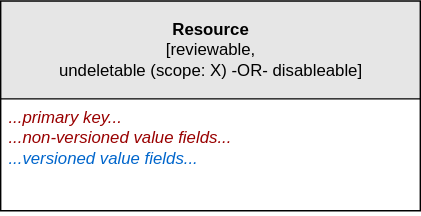
This is devdocs/reviewable-simple-notation-undeletable-or-disableable.drawio.svg from fullstaq-labs/sqedule, a draw.io export, as it was before one commit. Source tidied: cells renumbered, new cells last; positions are measured from the earlier drawing's top-left corner, leaving out a move shared by most shapes.
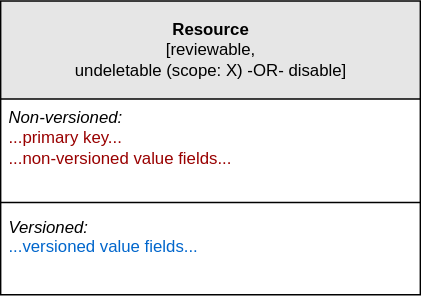
After the commit.

Commit message:
Clearly separate versioned and non-versioned fields in Reviewable's simple notation

What changed in the source:
```diff
@@ -2,11 +2,17 @@
   <root>
     <mxCell id="0" />
     <mxCell id="1" parent="0" />
-    <mxCell id="2" value="Resource&lt;br&gt;&lt;span style=&quot;font-weight: normal&quot;&gt;[reviewable,&lt;br&gt;undeletable (scope: X) -OR- disableable]&lt;/span&gt;" style="swimlane;fontStyle=1;horizontal=1;startSize=70;swimlaneFillColor=#ffffff;html=1;fillColor=#E6E6E6;" parent="1" vertex="1">
-      <mxGeometry width="300" height="150" as="geometry" />
+    <mxCell id="2" value="Resource&lt;br&gt;&lt;span style=&quot;font-weight: normal&quot;&gt;[reviewable,&lt;br&gt;undeletable (scope: X) -OR- disable]&lt;/span&gt;" style="swimlane;fontStyle=1;horizontal=1;startSize=70;swimlaneFillColor=#ffffff;html=1;fillColor=#E6E6E6;" parent="1" vertex="1">
+      <mxGeometry width="300" height="210" as="geometry" />
     </mxCell>
-    <mxCell id="3" value="&lt;i&gt;...primary key...&lt;br&gt;...non-versioned value fields...&lt;br&gt;&lt;font color=&quot;#0066cc&quot;&gt;...versioned value fields...&lt;/font&gt;&lt;/i&gt;" style="text;align=left;verticalAlign=top;spacingLeft=4;spacingRight=4;overflow=hidden;whiteSpace=wrap;fontColor=#990000;html=1;" parent="2" vertex="1">
-      <mxGeometry y="70" width="300" height="80" as="geometry" />
+    <mxCell id="3" value="&lt;font color=&quot;#000000&quot;&gt;&lt;i&gt;Non-versioned:&lt;/i&gt;&lt;/font&gt;&lt;br&gt;...primary key...&lt;br&gt;...non-versioned value fields..." style="text;align=left;verticalAlign=top;spacingLeft=4;spacingRight=4;overflow=hidden;whiteSpace=wrap;fontColor=#990000;html=1;" parent="2" vertex="1">
+      <mxGeometry y="70" width="300" height="70" as="geometry" />
     </mxCell>
+    <mxCell id="4" style="line;strokeWidth=1;fillColor=none;align=left;verticalAlign=middle;spacingTop=-1;spacingLeft=3;spacingRight=3;labelPosition=right;" parent="2" vertex="1">
+      <mxGeometry y="140" width="300" height="8" as="geometry" />
+    </mxCell>
+    <mxCell id="5" value="&lt;font color=&quot;#000000&quot;&gt;&lt;i&gt;Versioned:&lt;/i&gt;&lt;/font&gt;&lt;br&gt;&lt;font color=&quot;#0066cc&quot;&gt;...versioned value fields...&lt;/font&gt;" style="text;align=left;verticalAlign=top;spacingLeft=4;spacingRight=4;overflow=hidden;whiteSpace=wrap;fontColor=#990000;html=1;" parent="2" vertex="1">
+      <mxGeometry y="148" width="300" height="62" as="geometry" />
+    </mxCell>
   </root>
 </mxGraphModel>
```
